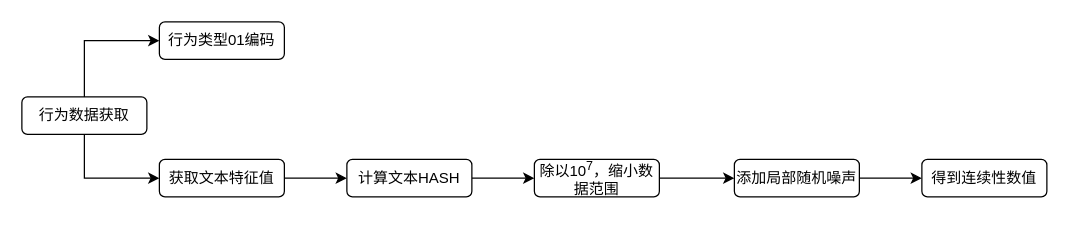
The draw.io diagram testDirectory/行为特征预处理.drawio in Moose1273/-, before the edit. Source tidied: cells renumbered, new cells numbered last; positions are measured from the earlier drawing's top-left corner, leaving out a move shared by most shapes. Both pictures are drawn from the tidied source at 125%, with x=0, y=0 at pixel (21, 21).
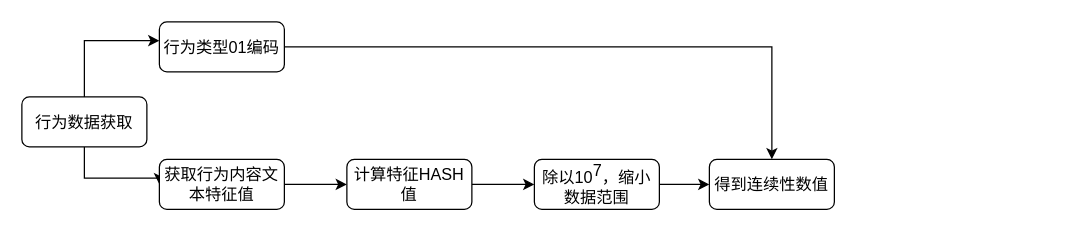
Above is the later version.

Commit message (it also covers changes not shown here):
更新行为特征预处理.drawio

Change to the diagram source:
```diff
@@
 <mxGraphModel>
   <root>
     <mxCell id="0" />
     <mxCell id="1" parent="0" />
-    <mxCell id="2" style="edgeStyle=orthogonalEdgeStyle;rounded=0;jettySize=auto;html=1;" parent="1" edge="1" source="4" target="5">
+    <mxCell id="2" style="edgeStyle=orthogonalEdgeStyle;rounded=0;jettySize=auto;html=1;fontSize=13;" parent="1" edge="1" source="4" target="5">
       <mxGeometry relative="1" as="geometry">
         <Array as="points">
           <mxPoint x="50" y="15" />
         </Array>
       </mxGeometry>
     </mxCell>
-    <mxCell id="3" style="edgeStyle=orthogonalEdgeStyle;rounded=0;jettySize=auto;html=1;entryX=0;entryY=0.5;entryDx=0;entryDy=0;" parent="1" edge="1" source="4" target="7">
+    <mxCell id="3" style="edgeStyle=orthogonalEdgeStyle;rounded=0;jettySize=auto;html=1;entryX=0;entryY=0.5;entryDx=0;entryDy=0;fontSize=13;" parent="1" edge="1" source="4" target="7">
       <mxGeometry relative="1" as="geometry">
         <Array as="points">
           <mxPoint x="50" y="125" />
         </Array>
       </mxGeometry>
     </mxCell>
-    <mxCell id="4" value="行为数据获取" style="rounded=1;whiteSpace=wrap;html=1;" parent="1" vertex="1">
-      <mxGeometry y="60" width="100" height="30" as="geometry" />
+    <mxCell id="4" value="行为数据获取" style="rounded=1;whiteSpace=wrap;html=1;fontSize=13;" parent="1" vertex="1">
+      <mxGeometry y="60" width="100" height="40" as="geometry" />
     </mxCell>
+    <mxCell id="15" style="edgeStyle=orthogonalEdgeStyle;rounded=0;jettySize=auto;html=1;fontSize=13;" parent="1" edge="1" source="5" target="14">
+      <mxGeometry relative="1" as="geometry" />
+    </mxCell>
-    <mxCell id="5" value="行为类型01编码" style="rounded=1;whiteSpace=wrap;html=1;" parent="1" vertex="1">
-      <mxGeometry x="110" width="100" height="30" as="geometry" />
+    <mxCell id="5" value="行为类型01编码" style="rounded=1;whiteSpace=wrap;html=1;fontSize=13;" parent="1" vertex="1">
+      <mxGeometry x="110" width="100" height="40" as="geometry" />
     </mxCell>
-    <mxCell id="6" style="edgeStyle=orthogonalEdgeStyle;rounded=0;jettySize=auto;html=1;" parent="1" edge="1" source="7" target="9">
+    <mxCell id="6" style="edgeStyle=orthogonalEdgeStyle;rounded=0;jettySize=auto;html=1;fontSize=13;" parent="1" edge="1" source="7" target="9">
       <mxGeometry relative="1" as="geometry" />
     </mxCell>
-    <mxCell id="7" value="获取文本特征值" style="rounded=1;whiteSpace=wrap;html=1;" parent="1" vertex="1">
-      <mxGeometry x="110" y="110" width="100" height="30" as="geometry" />
+    <mxCell id="7" value="获取行为内容文本特征值" style="rounded=1;whiteSpace=wrap;html=1;fontSize=13;" parent="1" vertex="1">
+      <mxGeometry x="110" y="110" width="100" height="40" as="geometry" />
     </mxCell>
-    <mxCell id="8" style="edgeStyle=orthogonalEdgeStyle;rounded=0;jettySize=auto;html=1;" parent="1" edge="1" source="9" target="11">
+    <mxCell id="8" style="edgeStyle=orthogonalEdgeStyle;rounded=0;jettySize=auto;html=1;fontSize=13;" parent="1" edge="1" source="9" target="11">
       <mxGeometry relative="1" as="geometry" />
     </mxCell>
-    <mxCell id="9" value="计算文本HASH" style="rounded=1;whiteSpace=wrap;html=1;" parent="1" vertex="1">
-      <mxGeometry x="260" y="110" width="100" height="30" as="geometry" />
+    <mxCell id="9" value="计算特征HASH值" style="rounded=1;whiteSpace=wrap;html=1;fontSize=13;" parent="1" vertex="1">
+      <mxGeometry x="260" y="110" width="100" height="40" as="geometry" />
     </mxCell>
-    <mxCell id="10" style="edgeStyle=orthogonalEdgeStyle;rounded=0;jettySize=auto;html=1;" parent="1" edge="1" source="11" target="13">
-      <mxGeometry relative="1" as="geometry" />
-    </mxCell>
+    <mxCell id="16" style="edgeStyle=orthogonalEdgeStyle;rounded=0;jettySize=auto;html=1;fontSize=13;" parent="1" edge="1" source="11" target="14">
+      <mxGeometry relative="1" as="geometry" />
+    </mxCell>
-    <mxCell id="11" value="除以10&lt;sup&gt;7&lt;/sup&gt;，缩小数据范围" style="rounded=1;whiteSpace=wrap;html=1;" parent="1" vertex="1">
-      <mxGeometry x="410" y="110" width="100" height="30" as="geometry" />
+    <mxCell id="11" value="除以10&lt;sup style=&quot;font-size: 13px;&quot;&gt;7&lt;/sup&gt;，缩小数据范围" style="rounded=1;whiteSpace=wrap;html=1;fontSize=13;" parent="1" vertex="1">
+      <mxGeometry x="410" y="110" width="100" height="40" as="geometry" />
     </mxCell>
-    <mxCell id="12" style="edgeStyle=orthogonalEdgeStyle;rounded=0;jettySize=auto;html=1;" parent="1" edge="1" source="13" target="14">
-      <mxGeometry relative="1" as="geometry" />
-    </mxCell>
-    <mxCell id="13" value="添加局部随机噪声" style="rounded=1;whiteSpace=wrap;html=1;" parent="1" vertex="1">
-      <mxGeometry x="570" y="110" width="100" height="30" as="geometry" />
-    </mxCell>
-    <mxCell id="14" value="得到连续性数值" style="rounded=1;whiteSpace=wrap;html=1;" parent="1" vertex="1">
-      <mxGeometry x="720" y="110" width="100" height="30" as="geometry" />
+    <mxCell id="14" value="得到连续性数值" style="rounded=1;whiteSpace=wrap;html=1;fontSize=13;" parent="1" vertex="1">
+      <mxGeometry x="550" y="110" width="100" height="40" as="geometry" />
     </mxCell>
   </root>
 </mxGraphModel>
```
